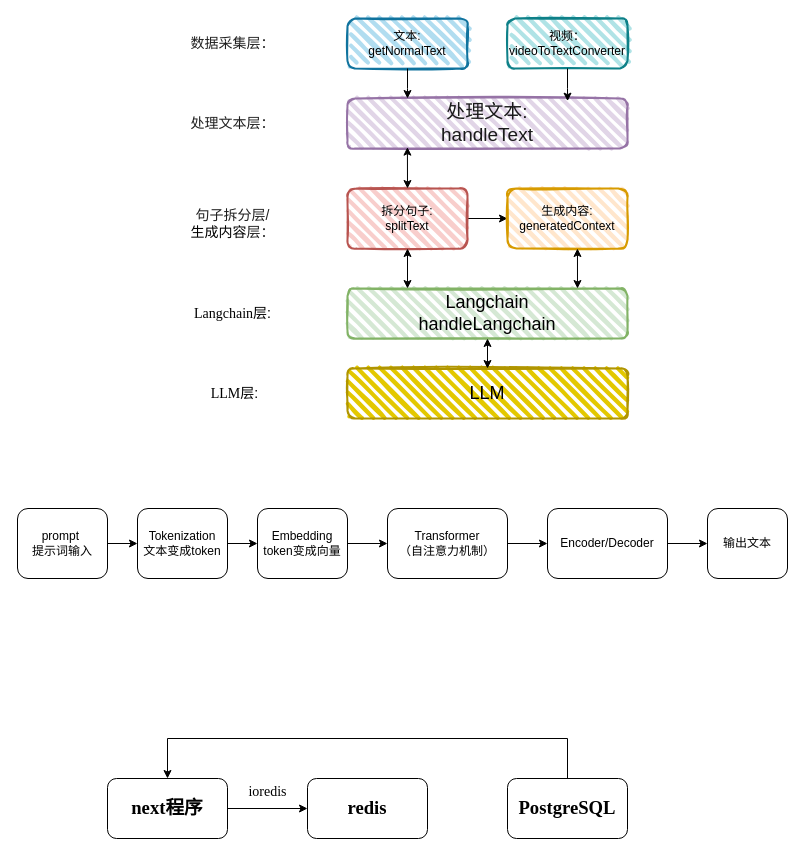
This is 架构图.drawio from gjf610/my-blog, a draw.io file, before an edit. Source tidied: cells renumbered, new cells numbered last; positions are measured from the earlier drawing's top-left corner, leaving out a move shared by most shapes. Both pictures are drawn from the tidied source at 100%, with x=0, y=0 at pixel (17, 18).
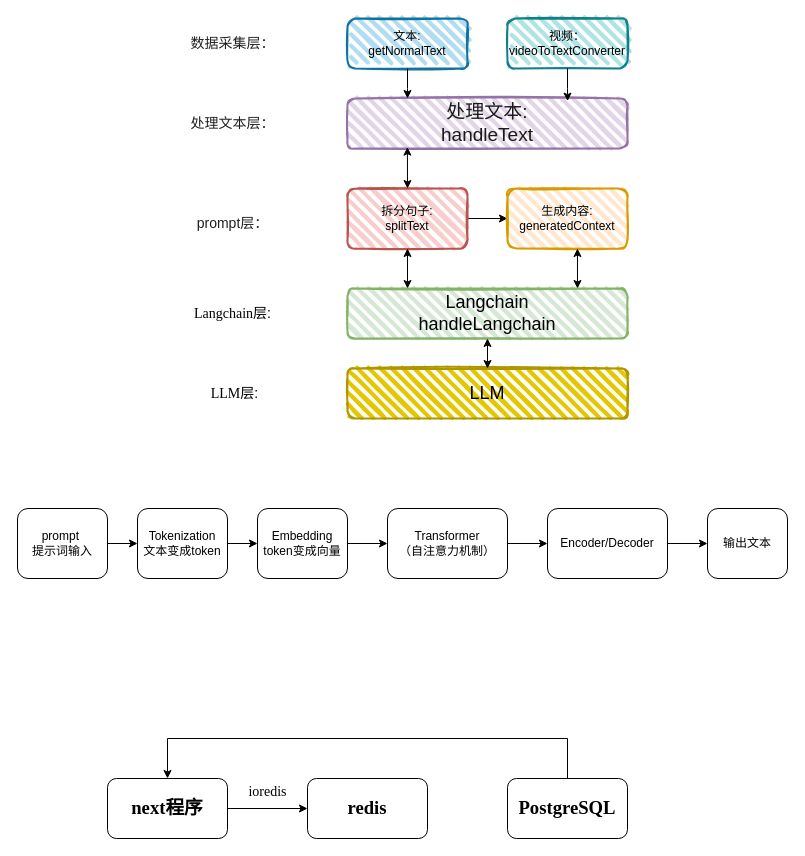
After the change.

Commit message:
更新架构图.drawio

The edit, as a diff of the source:
```diff
@@
-    <mxCell id="29" value="&lt;p class=&quot;MsoNormal&quot;&gt;&lt;span style=&quot;font-family: 宋体; color: rgb(31, 31, 31); letter-spacing: 0pt; font-size: 10.5pt; background: rgb(255, 255, 255);&quot;&gt;&lt;font face=&quot;宋体&quot;&gt;句子拆分层/&lt;br&gt;&lt;/font&gt;&lt;/span&gt;&lt;span style=&quot;font-family: 宋体; font-size: 10.5pt; background-color: initial;&quot;&gt;生成内容&lt;/span&gt;&lt;span style=&quot;font-family: 宋体; background-color: rgb(255, 255, 255); color: rgb(31, 31, 31); font-size: 10.5pt; letter-spacing: 0pt;&quot;&gt;层：&lt;/span&gt;&lt;/p&gt;" style="text;html=1;align=center;verticalAlign=middle;strokeColor=none;fillColor=none;" parent="1" vertex="1">
-      <mxGeometry x="160" y="170" width="110" height="70" as="geometry" />
+    <mxCell id="29" value="&lt;p class=&quot;MsoNormal&quot;&gt;&lt;span style=&quot;background-color: initial; font-size: 14px;&quot;&gt;&lt;font face=&quot;宋体&quot; color=&quot;#1f1f1f&quot;&gt;prompt&lt;/font&gt;&lt;/span&gt;&lt;span style=&quot;font-family: 宋体; background-color: rgb(255, 255, 255); color: rgb(31, 31, 31); font-size: 10.5pt; letter-spacing: 0pt;&quot;&gt;层：&lt;/span&gt;&lt;/p&gt;" style="text;html=1;align=center;verticalAlign=middle;strokeColor=none;fillColor=none;" parent="1" vertex="1">
+      <mxGeometry x="170" y="180" width="90" height="50" as="geometry" />
     </mxCell>
```
